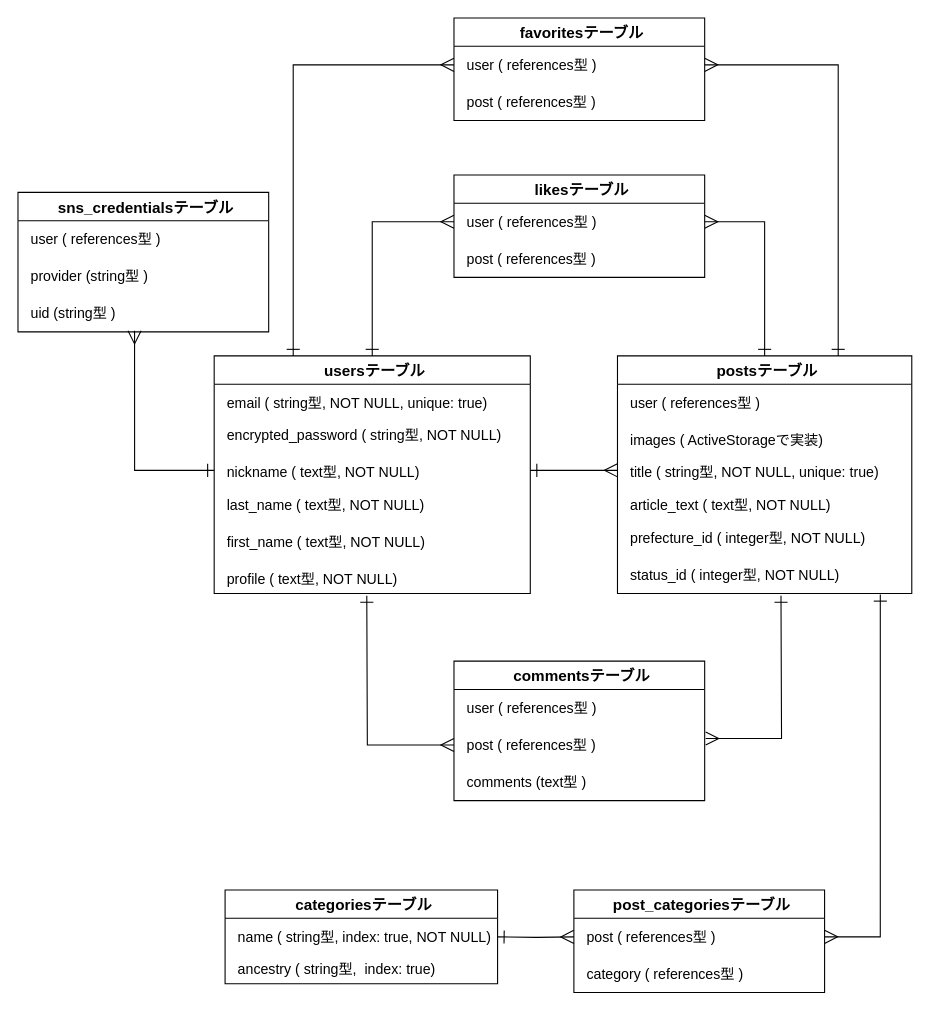
shiorifujimoto/camp_app keeps this draw.io diagram as app/views/index.dio. Above is the earlier version. Source tidied: cells renumbered, new cells numbered last; positions are measured from the earlier drawing's top-left corner, leaving out a move shared by most shapes. Both pictures are drawn from the tidied source at 109%, with x=0, y=0 at pixel (17, 17).
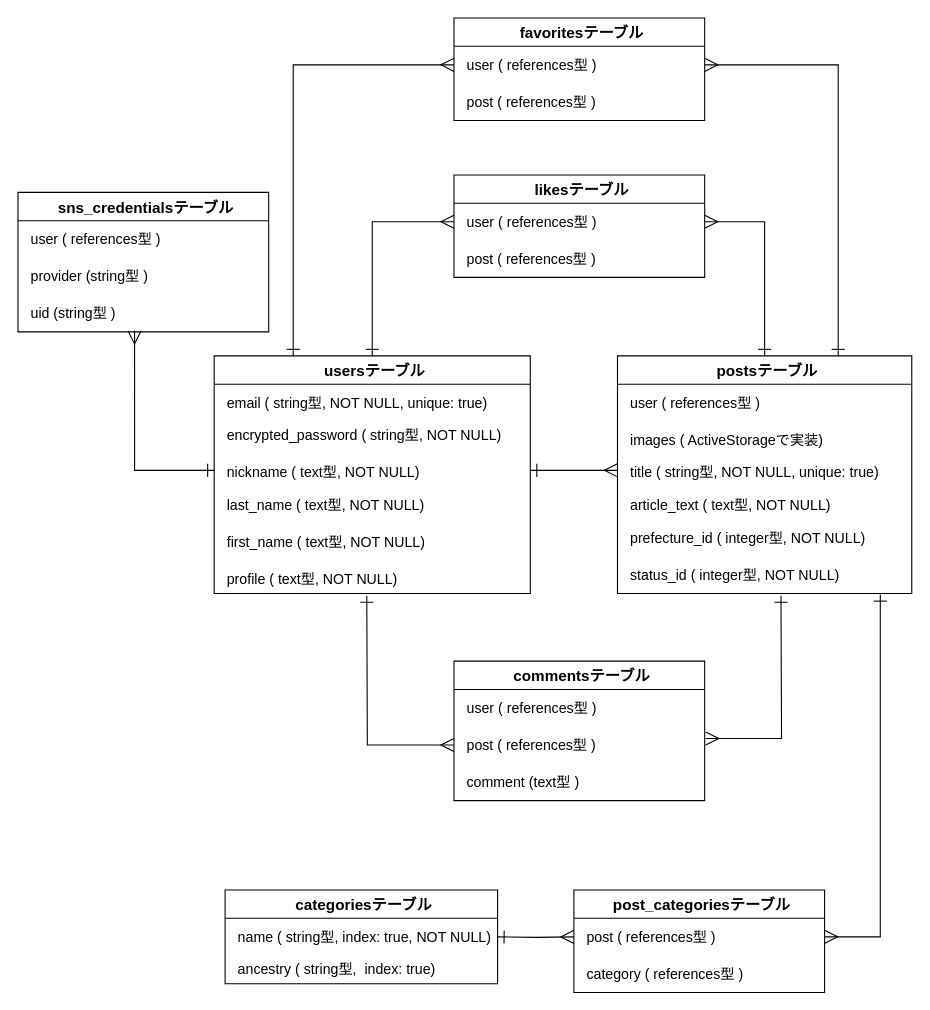
The same page after the edit.

The change refers to these unchanged cells:
```xml
<mxCell id="15" value="commentsテーブル" style="swimlane;fontStyle=1;horizontal=1;startSize=26;align=center;fontSize=14;spacing=15;spacingTop=0;spacingBottom=0;spacingRight=2;spacingLeft=7;" parent="1" vertex="1">
  <mxGeometry x="400" y="590" width="230" height="128" as="geometry" />
</mxCell>
```

Change to the diagram source:
```diff
@@
-    <mxCell id="18" value="comments (text型 )" style="text;strokeColor=none;fillColor=none;spacingLeft=7;spacingRight=2;overflow=hidden;fontSize=13;spacing=5;" parent="15" vertex="1">
+    <mxCell id="18" value="comment (text型 )" style="text;strokeColor=none;fillColor=none;spacingLeft=7;spacingRight=2;overflow=hidden;fontSize=13;spacing=5;" parent="15" vertex="1">
       <mxGeometry y="94" width="230" height="34" as="geometry" />
     </mxCell>
```
